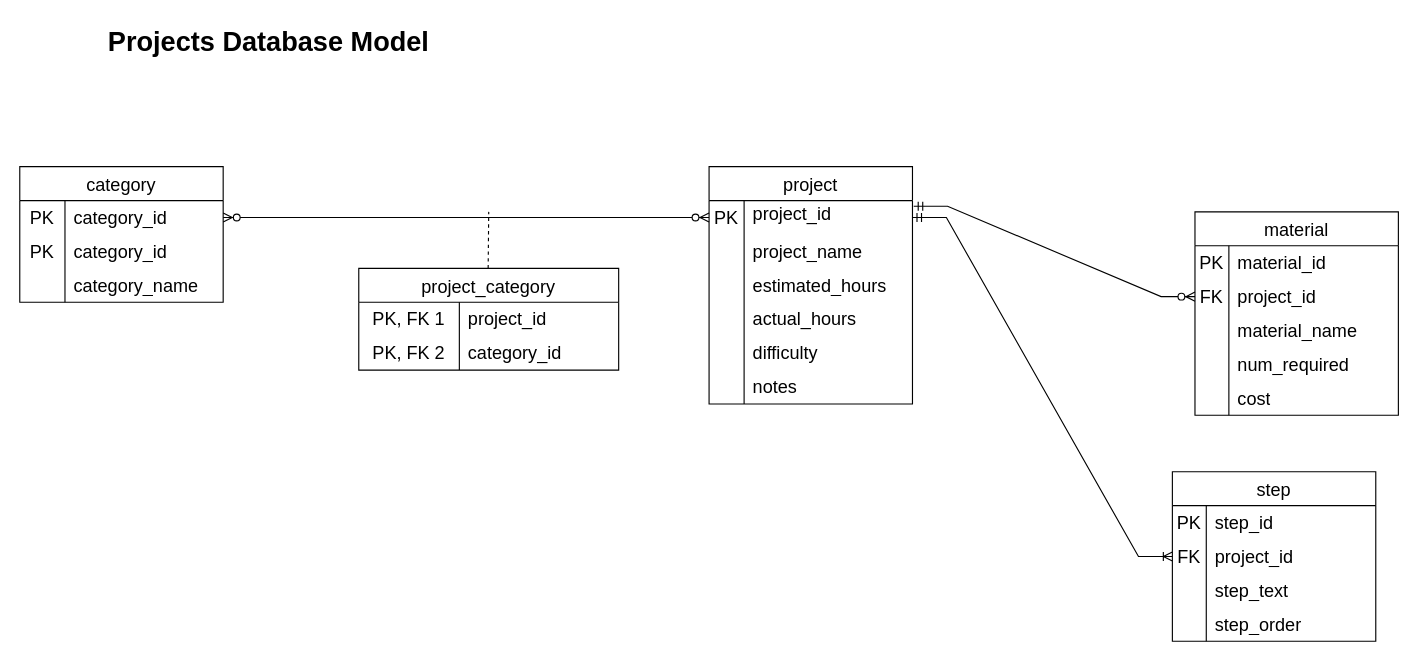
adfisher4/mysql-java-projects keeps this draw.io diagram as Untitled Diagram.drawio. Above is the earlier version. Source tidied: cells renumbered, new cells numbered last; positions are measured from the earlier drawing's top-left corner, leaving out a move shared by most shapes. Both pictures are drawn from the tidied source at 113%, with x=0, y=0 at pixel (19, 19).
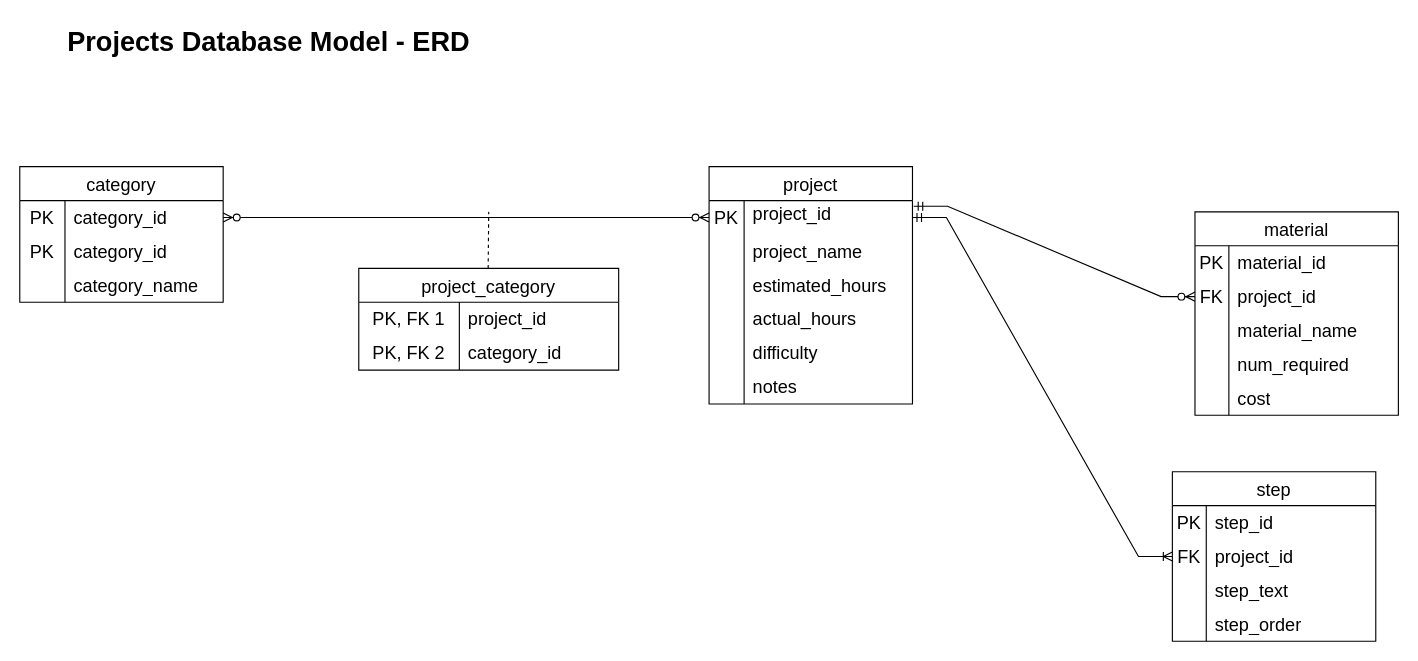
The same page after the edit.

Diff of the diagram source:
```diff
@@
-    <mxCell id="71" value="Projects Database Model" style="text;strokeColor=none;fillColor=none;html=1;fontSize=24;fontStyle=1;verticalAlign=middle;align=center;" parent="1" vertex="1">
+    <mxCell id="71" value="Projects Database Model - ERD" style="text;strokeColor=none;fillColor=none;html=1;fontSize=24;fontStyle=1;verticalAlign=middle;align=center;" parent="1" vertex="1">
       <mxGeometry width="440" height="40" as="geometry" />
     </mxCell>
```
